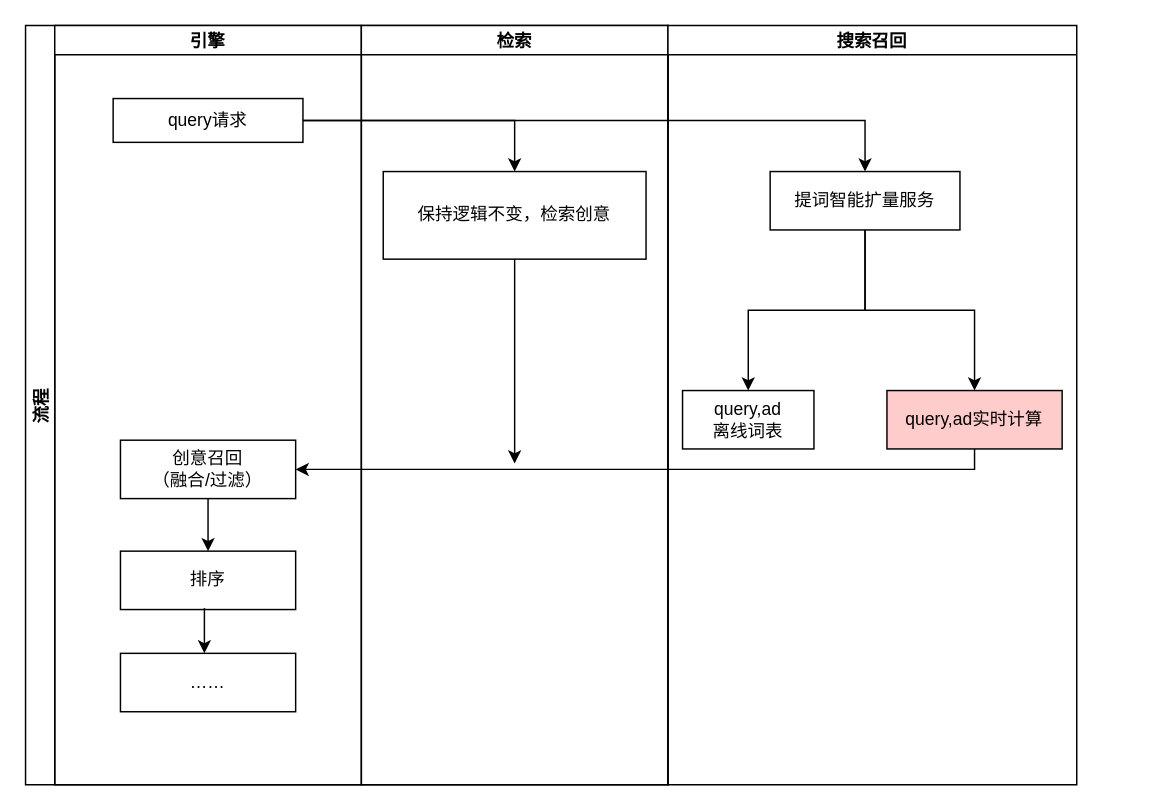
This is 未命名绘图.drawio from sszhaoGit/colab_test, a draw.io file, before an edit. Source tidied: cells renumbered, new cells numbered last; positions are measured from the earlier drawing's top-left corner, leaving out a move shared by most shapes. Both pictures are drawn from the tidied source at 146%, with x=0, y=0 at pixel (25, 25).
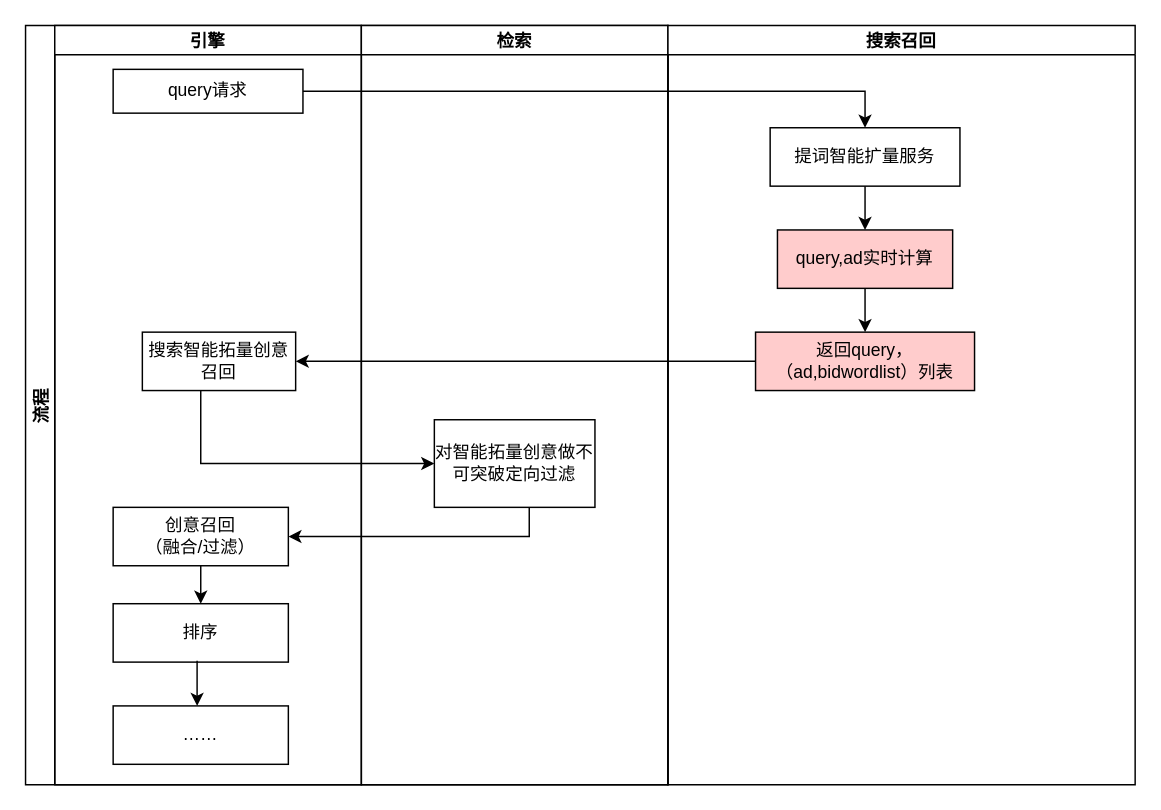
After the change.

Commit message:
搜索智能拓量召回.drawio

Unchanged cells that the change refers to:
```xml
<mxCell id="2" value="流程" style="swimlane;startSize=20;horizontal=0;" parent="1" vertex="1">
  <mxGeometry width="440" height="520" as="geometry" />
</mxCell>
<mxCell id="3" value="引擎" style="swimlane;startSize=20;" parent="2" vertex="1">
  <mxGeometry x="20" width="210" height="520" as="geometry" />
</mxCell>
<mxCell id="10" value="检索" style="swimlane;startSize=20;" parent="2" vertex="1">
  <mxGeometry x="230" width="210" height="520" as="geometry" />
</mxCell>
```

Diff of the diagram source:
```diff
@@
     <mxCell id="4" value="query请求" style="rounded=0;whiteSpace=wrap;html=1;" parent="3" vertex="1">
-      <mxGeometry x="40" y="50" width="130" height="30" as="geometry" />
+      <mxGeometry x="40" y="30" width="130" height="30" as="geometry" />
     </mxCell>
     <mxCell id="5" value="创意召回&lt;br&gt;（融合/过滤）" style="whiteSpace=wrap;html=1;rounded=0;" parent="3" vertex="1">
-      <mxGeometry x="45" y="284" width="120" height="40" as="geometry" />
+      <mxGeometry x="40" y="330" width="120" height="40" as="geometry" />
     </mxCell>
     <mxCell id="6" value="排序" style="whiteSpace=wrap;html=1;rounded=0;" parent="3" vertex="1">
-      <mxGeometry x="45" y="360" width="120" height="40" as="geometry" />
+      <mxGeometry x="40" y="396" width="120" height="40" as="geometry" />
     </mxCell>
     <mxCell id="7" value="……" style="whiteSpace=wrap;html=1;rounded=0;" parent="3" vertex="1">
-      <mxGeometry x="45" y="430" width="120" height="40" as="geometry" />
+      <mxGeometry x="40" y="466" width="120" height="40" as="geometry" />
     </mxCell>
@@
     <mxCell id="9" style="endArrow=classic;html=1;rounded=0;entryX=0.5;entryY=0;entryDx=0;entryDy=0;" parent="3" edge="1">
       <mxGeometry relative="1" as="geometry">
-        <mxPoint x="102.5" y="399" as="sourcePoint" />
-        <mxPoint x="102.5" y="430" as="targetPoint" />
+        <mxPoint x="97.5" y="435" as="sourcePoint" />
+        <mxPoint x="97.5" y="466" as="targetPoint" />
       </mxGeometry>
     </mxCell>
+    <mxCell id="22" value="搜索智能拓量创意&lt;br&gt;召回" style="whiteSpace=wrap;html=1;rounded=0;" parent="3" vertex="1">
+      <mxGeometry x="60" y="210" width="105" height="40" as="geometry" />
+    </mxCell>
@@
-    <mxCell id="11" value="保持逻辑不变，检索创意" style="rounded=0;whiteSpace=wrap;html=1;" parent="10" vertex="1">
-      <mxGeometry x="15" y="100" width="180" height="60" as="geometry" />
+    <mxCell id="11" value="对智能拓量创意做不可突破定向过滤" style="rounded=0;whiteSpace=wrap;html=1;" parent="10" vertex="1">
+      <mxGeometry x="50" y="270" width="110" height="60" as="geometry" />
     </mxCell>
-    <mxCell id="12" style="edgeStyle=orthogonalEdgeStyle;rounded=0;jettySize=auto;html=1;entryX=0.5;entryY=0;entryDx=0;entryDy=0;" parent="2" edge="1" source="4" target="11">
-      <mxGeometry relative="1" as="geometry" />
-    </mxCell>
+    <mxCell id="23" style="edgeStyle=orthogonalEdgeStyle;rounded=0;jettySize=auto;html=1;entryX=1;entryY=0.5;entryDx=0;entryDy=0;" parent="2" edge="1" source="11" target="5">
+      <mxGeometry relative="1" as="geometry">
+        <Array as="points">
+          <mxPoint x="345" y="350" />
+        </Array>
+      </mxGeometry>
+    </mxCell>
+    <mxCell id="24" style="edgeStyle=orthogonalEdgeStyle;rounded=0;jettySize=auto;html=1;entryX=0;entryY=0.5;entryDx=0;entryDy=0;" parent="2" edge="1" source="22" target="11">
+      <mxGeometry relative="1" as="geometry">
+        <Array as="points">
+          <mxPoint x="120" y="300" />
+        </Array>
+      </mxGeometry>
+    </mxCell>
     <mxCell id="13" value="搜索召回" style="swimlane;startSize=20;" parent="1" vertex="1">
-      <mxGeometry x="440" width="280" height="520" as="geometry" />
+      <mxGeometry x="440" width="320" height="520" as="geometry" />
     </mxCell>
     <mxCell id="14" value="提词智能扩量服务" style="rounded=0;whiteSpace=wrap;html=1;" parent="13" vertex="1">
-      <mxGeometry x="70" y="100" width="130" height="40" as="geometry" />
+      <mxGeometry x="70" y="70" width="130" height="40" as="geometry" />
     </mxCell>
-    <mxCell id="15" value="query,ad&lt;br&gt;离线词表" style="whiteSpace=wrap;html=1;rounded=0;fillColor=#FFFFFF;" parent="13" vertex="1">
-      <mxGeometry x="10" y="250" width="90" height="40" as="geometry" />
-    </mxCell>
-    <mxCell id="16" style="edgeStyle=orthogonalEdgeStyle;rounded=0;jettySize=auto;html=1;" parent="13" edge="1" source="14" target="15">
-      <mxGeometry relative="1" as="geometry" />
-    </mxCell>
     <mxCell id="17" value="query,ad实时计算" style="whiteSpace=wrap;html=1;rounded=0;fillColor=#FFCCCC;" parent="13" vertex="1">
-      <mxGeometry x="150" y="250" width="120" height="40" as="geometry" />
+      <mxGeometry x="75" y="140" width="120" height="40" as="geometry" />
     </mxCell>
@@
+    <mxCell id="25" value="返回query，（ad,bidwordlist）列表" style="whiteSpace=wrap;html=1;fillColor=#FFCCCC;rounded=0;" parent="13" vertex="1">
+      <mxGeometry x="60" y="210" width="150" height="40" as="geometry" />
+    </mxCell>
+    <mxCell id="26" style="edgeStyle=orthogonalEdgeStyle;rounded=0;jettySize=auto;html=1;" parent="13" edge="1" source="17" target="25">
+      <mxGeometry relative="1" as="geometry" />
+    </mxCell>
@@
-    <mxCell id="20" style="edgeStyle=orthogonalEdgeStyle;rounded=0;jettySize=auto;html=1;entryX=1;entryY=0.5;entryDx=0;entryDy=0;" parent="1" edge="1" source="17" target="5">
-      <mxGeometry relative="1" as="geometry">
-        <Array as="points">
-          <mxPoint x="650" y="304" />
-        </Array>
-      </mxGeometry>
-    </mxCell>
-    <mxCell id="21" style="edgeStyle=orthogonalEdgeStyle;rounded=0;jettySize=auto;html=1;" parent="1" edge="1" source="11">
-      <mxGeometry relative="1" as="geometry">
-        <mxPoint x="335" y="300" as="targetPoint" />
-      </mxGeometry>
-    </mxCell>
+    <mxCell id="27" style="edgeStyle=orthogonalEdgeStyle;rounded=0;jettySize=auto;html=1;entryX=1;entryY=0.5;entryDx=0;entryDy=0;" parent="1" edge="1" source="25" target="22">
+      <mxGeometry relative="1" as="geometry" />
+    </mxCell>
```
